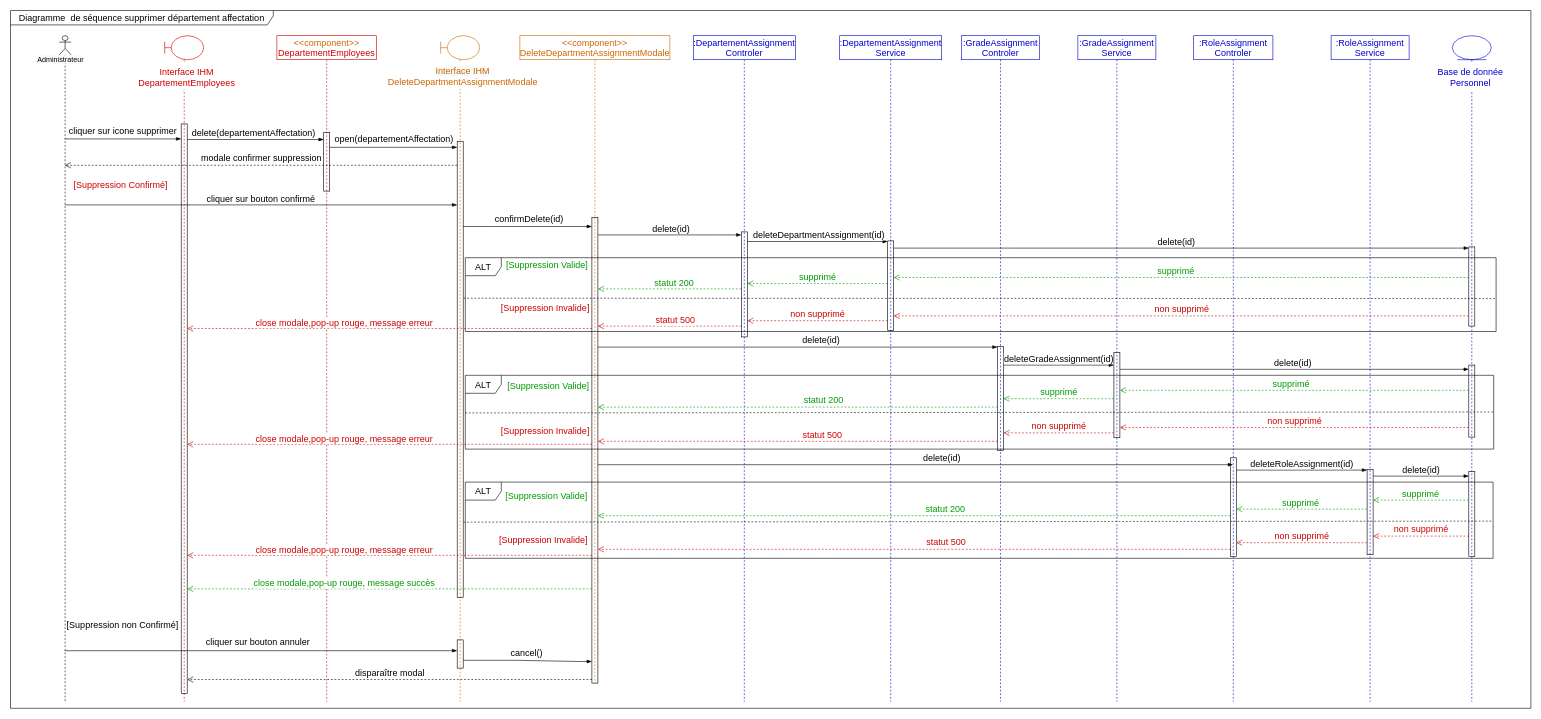
Before: Department/DeleteDepartmentResourceDiagrammeSequence.drawio in ZidiMedAmine/UML, a draw.io diagram. Source tidied: cells renumbered, new cells numbered last; positions are measured from the earlier drawing's top-left corner, leaving out a move shared by most shapes. Both pictures are drawn from the tidied source at 60%, with x=0, y=0 at pixel (10, 10).
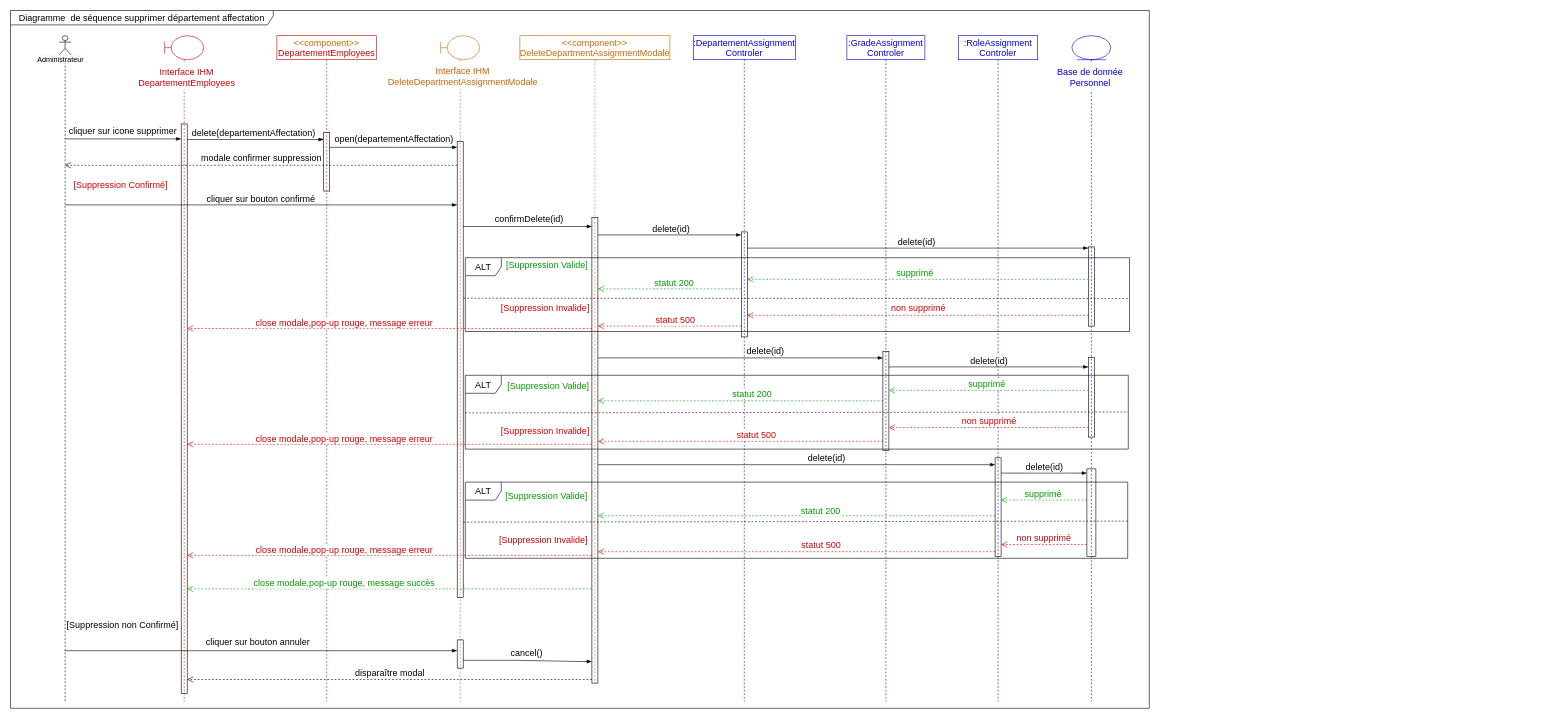
After the change.

Commit message:
Mettre à jour DeleteDepartmentResourceDiagrammeSequence.drawio

Unchanged cells that the change refers to:
```xml
<mxCell id="7" style="html=1;points=[];perimeter=orthogonalPerimeter;rounded=0;shadow=0;glass=0;sketch=0;fontSize=15;fillColor=none;" parent="6" vertex="1">
  <mxGeometry x="80" y="327" width="10" height="175" as="geometry" />
</mxCell>
<mxCell id="19" style="html=1;points=[];perimeter=orthogonalPerimeter;rounded=0;shadow=0;glass=0;sketch=0;fontSize=15;fillColor=none;" parent="17" vertex="1">
  <mxGeometry x="27.5" y="352" width="10" height="132" as="geometry" />
</mxCell>
<mxCell id="25" style="html=1;points=[];perimeter=orthogonalPerimeter;rounded=0;shadow=0;glass=0;sketch=0;fontSize=15;fillColor=none;" parent="24" vertex="1">
  <mxGeometry x="61" y="703.5" width="10" height="164.5" as="geometry" />
</mxCell>
<mxCell id="37" style="html=1;points=[];perimeter=orthogonalPerimeter;rounded=0;shadow=0;glass=0;sketch=0;fontSize=15;fillColor=none;" parent="36" vertex="1">
  <mxGeometry x="120" y="303" width="10" height="776" as="geometry" />
</mxCell>
```

Diff of the diagram source:
```diff
@@
+    <mxCell id="3" value="Diagramme&amp;nbsp; de séquence&amp;nbsp;&lt;span style=&quot;font-size: 11.5pt; line-height: 150%; font-family: Helvetica, sans-serif; background: white;&quot;&gt;supprimer département affectation&lt;/span&gt;" style="shape=umlFrame;whiteSpace=wrap;html=1;rounded=0;shadow=0;glass=0;sketch=0;fontSize=15;fillColor=none;width=438;height=24;" parent="1" vertex="1">
+      <mxGeometry width="1898" height="1163" as="geometry" />
+    </mxCell>
     <mxCell id="2" value="ALT" style="shape=umlFrame;whiteSpace=wrap;html=1;fontSize=15;fontColor=#000000;fillColor=none;" parent="1" vertex="1">
-      <mxGeometry x="758" y="786" width="1713" height="127" as="geometry" />
+      <mxGeometry x="758" y="786" width="1104" height="127" as="geometry" />
     </mxCell>
-    <mxCell id="3" value="Diagramme&amp;nbsp; de séquence&amp;nbsp;&lt;span style=&quot;font-size: 11.5pt; line-height: 150%; font-family: Helvetica, sans-serif; background: white;&quot;&gt;supprimer département affectation&lt;/span&gt;" style="shape=umlFrame;whiteSpace=wrap;html=1;rounded=0;shadow=0;glass=0;sketch=0;fontSize=15;fillColor=none;width=438;height=24;" parent="1" vertex="1">
-      <mxGeometry width="2534" height="1163" as="geometry" />
-    </mxCell>
     <mxCell id="4" value="ALT" style="shape=umlFrame;whiteSpace=wrap;html=1;fontSize=15;fontColor=#000000;fillColor=none;" parent="1" vertex="1">
-      <mxGeometry x="758" y="608" width="1714" height="123" as="geometry" />
+      <mxGeometry x="758" y="608" width="1105" height="123" as="geometry" />
     </mxCell>
     <mxCell id="5" value="ALT" style="shape=umlFrame;whiteSpace=wrap;html=1;fontSize=15;fontColor=#000000;fillColor=none;" parent="1" vertex="1">
-      <mxGeometry x="758" y="412" width="1718" height="123" as="geometry" />
+      <mxGeometry x="758" y="412" width="1107" height="123" as="geometry" />
     </mxCell>
@@
-    <mxCell id="10" value=":DepartementAssignment&lt;br&gt;Service" style="shape=umlLifeline;perimeter=lifelinePerimeter;whiteSpace=wrap;html=1;rounded=0;shadow=0;glass=0;sketch=0;fillColor=none;fontSize=15;fontColor=#0000CC;strokeColor=#0000CC;" parent="1" vertex="1">
-      <mxGeometry x="1382" y="42" width="170" height="1110" as="geometry" />
-    </mxCell>
-    <mxCell id="11" style="html=1;points=[];perimeter=orthogonalPerimeter;rounded=0;shadow=0;glass=0;sketch=0;fontSize=15;fillColor=none;" parent="10" vertex="1">
-      <mxGeometry x="80" y="342" width="10" height="149" as="geometry" />
-    </mxCell>
@@
     <mxCell id="15" value=":GradeAssignment&lt;br&gt;Controler" style="shape=umlLifeline;perimeter=lifelinePerimeter;whiteSpace=wrap;html=1;rounded=0;shadow=0;glass=0;sketch=0;fillColor=none;fontSize=15;strokeColor=#0000CC;fontColor=#0000CC;" parent="1" vertex="1">
-      <mxGeometry x="1585" y="42" width="130" height="1110" as="geometry" />
+      <mxGeometry x="1394" y="42" width="130" height="1110" as="geometry" />
     </mxCell>
     <mxCell id="16" style="html=1;points=[];perimeter=orthogonalPerimeter;rounded=0;shadow=0;glass=0;sketch=0;fontSize=15;fillColor=none;" parent="15" vertex="1">
-      <mxGeometry x="60" y="518" width="10" height="173" as="geometry" />
+      <mxGeometry x="60" y="526" width="10" height="165" as="geometry" />
     </mxCell>
     <mxCell id="17" style="shape=umlLifeline;participant=umlEntity;perimeter=lifelinePerimeter;whiteSpace=wrap;html=1;verticalAlign=top;spacingTop=36;rounded=0;shadow=0;glass=0;sketch=0;fontSize=15;fillColor=none;strokeColor=#0000CC;" parent="1" vertex="1">
-      <mxGeometry x="2403" y="42" width="65" height="1110" as="geometry" />
+      <mxGeometry x="1769" y="42" width="65" height="1110" as="geometry" />
     </mxCell>
@@
     <mxCell id="20" style="html=1;points=[];perimeter=orthogonalPerimeter;rounded=0;shadow=0;glass=0;sketch=0;fontSize=15;fillColor=none;" parent="17" vertex="1">
-      <mxGeometry x="27.5" y="549" width="10" height="120" as="geometry" />
+      <mxGeometry x="27.5" y="536" width="10" height="133" as="geometry" />
     </mxCell>
-    <mxCell id="21" value=":GradeAssignment&lt;br&gt;Service" style="shape=umlLifeline;perimeter=lifelinePerimeter;whiteSpace=wrap;html=1;rounded=0;shadow=0;glass=0;sketch=0;fillColor=none;fontSize=15;strokeColor=#0000CC;fontColor=#0000CC;" parent="1" vertex="1">
-      <mxGeometry x="1779" y="42" width="130" height="1110" as="geometry" />
-    </mxCell>
+    <mxCell id="88" style="html=1;points=[];perimeter=orthogonalPerimeter;rounded=0;shadow=0;glass=0;sketch=0;fontSize=15;fillColor=none;" parent="17" vertex="1">
+      <mxGeometry x="25" y="722" width="15" height="146" as="geometry" />
+    </mxCell>
@@
     <mxCell id="24" value=":RoleAssignment&lt;br&gt;Controler" style="shape=umlLifeline;perimeter=lifelinePerimeter;whiteSpace=wrap;html=1;outlineConnect=0;rounded=0;shadow=0;glass=0;sketch=0;fillColor=none;fontSize=15;strokeColor=#0000CC;fontColor=#0000CC;" parent="1" vertex="1">
-      <mxGeometry x="1972" y="42" width="132" height="1110" as="geometry" />
+      <mxGeometry x="1580" y="42" width="132" height="1110" as="geometry" />
     </mxCell>
@@
-    <mxCell id="26" value=":RoleAssignment&lt;br&gt;Service" style="shape=umlLifeline;perimeter=lifelinePerimeter;whiteSpace=wrap;html=1;rounded=0;shadow=0;glass=0;sketch=0;fillColor=none;fontSize=15;strokeColor=#0000CC;fontColor=#0000CC;" parent="1" vertex="1">
-      <mxGeometry x="2201" y="42" width="130" height="1110" as="geometry" />
-    </mxCell>
-    <mxCell id="27" style="html=1;points=[];perimeter=orthogonalPerimeter;rounded=0;shadow=0;glass=0;sketch=0;fontSize=15;fillColor=none;" parent="26" vertex="1">
-      <mxGeometry x="60" y="723" width="10" height="142" as="geometry" />
-    </mxCell>
@@
-    <mxCell id="48" style="edgeStyle=elbowEdgeStyle;fontSize=12;html=1;endArrow=blockThin;endFill=1;rounded=0;fontColor=#000000;" parent="1" edge="1" source="7" target="11">
-      <mxGeometry relative="1" as="geometry">
-        <Array as="points">
-          <mxPoint x="1439" y="385" />
-          <mxPoint x="1469" y="435" />
-        </Array>
-      </mxGeometry>
-    </mxCell>
-    <mxCell id="49" value="deleteDepartmentAssignment(id)" style="edgeLabel;html=1;align=center;verticalAlign=middle;fontSize=15;fontColor=#000000;" parent="48" vertex="1">
-      <mxGeometry x="-0.03" relative="1" as="geometry">
-        <mxPoint x="5" y="-12" as="offset" />
-      </mxGeometry>
-    </mxCell>
-    <mxCell id="50" style="edgeStyle=elbowEdgeStyle;fontSize=12;html=1;endArrow=blockThin;endFill=1;rounded=0;fontColor=#000000;" parent="1" edge="1" source="11" target="19">
+    <mxCell id="50" style="edgeStyle=elbowEdgeStyle;fontSize=12;html=1;endArrow=blockThin;endFill=1;rounded=0;fontColor=#000000;" parent="1" edge="1" source="7" target="19">
       <mxGeometry relative="1" as="geometry">
         <Array as="points">
           <mxPoint x="1666" y="396" />
           <mxPoint x="1697" y="453" />
         </Array>
       </mxGeometry>
     </mxCell>
@@
-    <mxCell id="52" value="&lt;font color=&quot;#009900&quot;&gt;supprimé&lt;/font&gt;" style="html=1;verticalAlign=bottom;endArrow=open;dashed=1;endSize=8;rounded=0;fontSize=15;strokeColor=#009900;" parent="1" edge="1" source="19" target="11">
+    <mxCell id="52" value="&lt;font color=&quot;#009900&quot;&gt;supprimé&lt;/font&gt;" style="html=1;verticalAlign=bottom;endArrow=open;dashed=1;endSize=8;rounded=0;fontSize=15;strokeColor=#009900;" parent="1" edge="1" source="19" target="7">
       <mxGeometry x="0.02" y="1" relative="1" as="geometry">
         <Array as="points">
-          <mxPoint x="2391" y="445" />
+          <mxPoint x="1680" y="448" />
         </Array>
       </mxGeometry>
     </mxCell>
-    <mxCell id="53" value="&lt;font color=&quot;#009900&quot;&gt;supprimé&lt;/font&gt;" style="html=1;verticalAlign=bottom;endArrow=open;dashed=1;endSize=8;rounded=0;fontSize=15;strokeColor=#009900;" parent="1" edge="1" source="11" target="7">
-      <mxGeometry relative="1" as="geometry">
-        <Array as="points">
-          <mxPoint x="1409" y="455" />
-        </Array>
-      </mxGeometry>
-    </mxCell>
@@
-    <mxCell id="59" value="&lt;font color=&quot;#cc0000&quot;&gt;non supprimé&lt;/font&gt;" style="html=1;verticalAlign=bottom;endArrow=open;dashed=1;endSize=8;rounded=0;fontSize=15;fontColor=#000000;strokeColor=#CC0000;" parent="1" edge="1" source="19" target="11">
+    <mxCell id="59" value="&lt;font color=&quot;#cc0000&quot;&gt;non supprimé&lt;/font&gt;" style="html=1;verticalAlign=bottom;endArrow=open;dashed=1;endSize=8;rounded=0;fontSize=15;fontColor=#000000;strokeColor=#CC0000;" parent="1" edge="1" source="19" target="7">
       <mxGeometry relative="1" as="geometry">
         <Array as="points">
-          <mxPoint x="2404" y="509" />
+          <mxPoint x="1522" y="508" />
         </Array>
       </mxGeometry>
     </mxCell>
-    <mxCell id="60" value="&lt;font color=&quot;#cc0000&quot;&gt;non supprimé&lt;/font&gt;" style="html=1;verticalAlign=bottom;endArrow=open;dashed=1;endSize=8;rounded=0;fontSize=15;fontColor=#000000;strokeColor=#CC0000;" parent="1" edge="1" source="11" target="7">
-      <mxGeometry relative="1" as="geometry">
-        <Array as="points">
-          <mxPoint x="1391" y="517" />
-        </Array>
-      </mxGeometry>
-    </mxCell>
@@
     <mxCell id="65" style="edgeStyle=elbowEdgeStyle;fontSize=12;html=1;endArrow=blockThin;endFill=1;rounded=0;fontColor=#000000;" parent="1" edge="1" source="37" target="16">
       <mxGeometry relative="1" as="geometry">
         <Array as="points">
-          <mxPoint x="1180" y="561" />
+          <mxPoint x="1184" y="579" />
           <mxPoint x="1203" y="616" />
         </Array>
       </mxGeometry>
     </mxCell>
@@
-    <mxCell id="67" style="edgeStyle=elbowEdgeStyle;fontSize=12;html=1;endArrow=blockThin;endFill=1;rounded=0;fontColor=#000000;" parent="1" edge="1" source="16" target="69">
-      <mxGeometry relative="1" as="geometry">
-        <Array as="points">
-          <mxPoint x="1750" y="591" />
-          <mxPoint x="1926" y="627" />
-        </Array>
-      </mxGeometry>
-    </mxCell>
-    <mxCell id="68" value="deleteGradeAssignment(id)" style="edgeLabel;html=1;align=center;verticalAlign=middle;fontSize=15;fontColor=#000000;" parent="67" vertex="1">
-      <mxGeometry x="-0.03" relative="1" as="geometry">
-        <mxPoint x="2" y="-12" as="offset" />
-      </mxGeometry>
-    </mxCell>
-    <mxCell id="69" style="html=1;points=[];perimeter=orthogonalPerimeter;rounded=0;shadow=0;glass=0;sketch=0;fontSize=15;fillColor=none;" parent="1" vertex="1">
-      <mxGeometry x="1839" y="570" width="10" height="142" as="geometry" />
-    </mxCell>
-    <mxCell id="70" style="edgeStyle=elbowEdgeStyle;fontSize=12;html=1;endArrow=blockThin;endFill=1;rounded=0;fontColor=#000000;" parent="1" edge="1" source="69" target="20">
+    <mxCell id="70" style="edgeStyle=elbowEdgeStyle;fontSize=12;html=1;endArrow=blockThin;endFill=1;rounded=0;fontColor=#000000;" parent="1" edge="1" source="16" target="20">
       <mxGeometry relative="1" as="geometry">
         <Array as="points">
-          <mxPoint x="2017" y="598" />
+          <mxPoint x="1782" y="594" />
           <mxPoint x="2041" y="647" />
         </Array>
       </mxGeometry>
     </mxCell>
@@
-    <mxCell id="73" value="&lt;font color=&quot;#009900&quot;&gt;supprimé&lt;/font&gt;" style="html=1;verticalAlign=bottom;endArrow=open;dashed=1;endSize=8;rounded=0;fontSize=15;strokeColor=#009900;" parent="1" edge="1" source="20" target="69">
+    <mxCell id="73" value="&lt;font color=&quot;#009900&quot;&gt;supprimé&lt;/font&gt;" style="html=1;verticalAlign=bottom;endArrow=open;dashed=1;endSize=8;rounded=0;fontSize=15;strokeColor=#009900;" parent="1" edge="1" source="20" target="16">
       <mxGeometry x="0.02" y="1" relative="1" as="geometry">
         <Array as="points">
-          <mxPoint x="2386" y="633" />
+          <mxPoint x="1783" y="633" />
         </Array>
       </mxGeometry>
     </mxCell>
-    <mxCell id="74" value="&lt;font color=&quot;#009900&quot;&gt;supprimé&lt;/font&gt;" style="html=1;verticalAlign=bottom;endArrow=open;dashed=1;endSize=8;rounded=0;fontSize=15;strokeColor=#009900;" parent="1" edge="1" source="69" target="16">
-      <mxGeometry relative="1" as="geometry">
-        <Array as="points">
-          <mxPoint x="1768" y="647" />
-        </Array>
-      </mxGeometry>
-    </mxCell>
     <mxCell id="75" style="html=1;verticalAlign=bottom;endArrow=open;dashed=1;endSize=8;rounded=0;fontSize=15;strokeColor=#009900;" parent="1" edge="1" source="16" target="37">
-      <mxGeometry x="-0.15" relative="1" as="geometry">
-        <Array as="points">
-          <mxPoint x="1411" y="661" />
-        </Array>
-      </mxGeometry>
+      <mxGeometry x="-0.15" relative="1" as="geometry" />
     </mxCell>
@@
-    <mxCell id="77" value="&lt;font color=&quot;#cc0000&quot;&gt;non supprimé&lt;/font&gt;" style="html=1;verticalAlign=bottom;endArrow=open;dashed=1;endSize=8;rounded=0;fontSize=15;fontColor=#000000;strokeColor=#CC0000;" parent="1" edge="1" source="20" target="69">
+    <mxCell id="77" value="&lt;font color=&quot;#cc0000&quot;&gt;non supprimé&lt;/font&gt;" style="html=1;verticalAlign=bottom;endArrow=open;dashed=1;endSize=8;rounded=0;fontSize=15;fontColor=#000000;strokeColor=#CC0000;" parent="1" edge="1" source="20" target="16">
       <mxGeometry relative="1" as="geometry">
         <Array as="points">
-          <mxPoint x="2404" y="695" />
+          <mxPoint x="1740" y="695" />
         </Array>
       </mxGeometry>
     </mxCell>
-    <mxCell id="78" value="&lt;font color=&quot;#cc0000&quot;&gt;non supprimé&lt;/font&gt;" style="html=1;verticalAlign=bottom;endArrow=open;dashed=1;endSize=8;rounded=0;fontSize=15;fontColor=#000000;strokeColor=#CC0000;" parent="1" edge="1" source="69" target="16">
-      <mxGeometry relative="1" as="geometry">
-        <Array as="points">
-          <mxPoint x="1747" y="704" />
-        </Array>
-      </mxGeometry>
-    </mxCell>
     <mxCell id="79" style="html=1;verticalAlign=bottom;endArrow=open;dashed=1;endSize=8;rounded=0;fontSize=15;fontColor=#000000;strokeColor=#CC0000;" parent="1" edge="1" source="16" target="37">
       <mxGeometry x="-0.11" y="-5" relative="1" as="geometry">
         <Array as="points">
-          <mxPoint x="1550" y="718" />
+          <mxPoint x="1431" y="718" />
         </Array>
       </mxGeometry>
     </mxCell>
@@
-    <mxCell id="84" style="edgeStyle=elbowEdgeStyle;fontSize=12;html=1;endArrow=blockThin;endFill=1;rounded=0;fontColor=#000000;" parent="1" edge="1" source="37" target="24">
+    <mxCell id="84" style="edgeStyle=elbowEdgeStyle;fontSize=12;html=1;endArrow=blockThin;endFill=1;rounded=0;fontColor=#000000;" parent="1" edge="1" source="37" target="25">
       <mxGeometry relative="1" as="geometry">
         <Array as="points">
           <mxPoint x="1215" y="757" />
         </Array>
       </mxGeometry>
     </mxCell>
@@
-    <mxCell id="86" style="edgeStyle=elbowEdgeStyle;fontSize=12;html=1;endArrow=blockThin;endFill=1;rounded=0;fontColor=#000000;" parent="1" edge="1" source="25" target="27">
-      <mxGeometry relative="1" as="geometry">
-        <Array as="points">
-          <mxPoint x="2183" y="766" />
-          <mxPoint x="2364" y="806" />
-        </Array>
-      </mxGeometry>
-    </mxCell>
-    <mxCell id="87" value="deleteRoleAssignment(id)" style="edgeLabel;html=1;align=center;verticalAlign=middle;fontSize=15;fontColor=#000000;" parent="86" vertex="1">
-      <mxGeometry x="-0.03" relative="1" as="geometry">
-        <mxPoint x="2" y="-12" as="offset" />
-      </mxGeometry>
-    </mxCell>
-    <mxCell id="88" style="html=1;points=[];perimeter=orthogonalPerimeter;rounded=0;shadow=0;glass=0;sketch=0;fontSize=15;fillColor=none;" parent="1" vertex="1">
-      <mxGeometry x="2430.5" y="768" width="10" height="142" as="geometry" />
-    </mxCell>
-    <mxCell id="89" style="edgeStyle=elbowEdgeStyle;fontSize=12;html=1;endArrow=blockThin;endFill=1;rounded=0;fontColor=#000000;" parent="1" edge="1" source="27" target="88">
+    <mxCell id="89" style="edgeStyle=elbowEdgeStyle;fontSize=12;html=1;endArrow=blockThin;endFill=1;rounded=0;fontColor=#000000;" parent="1" edge="1" source="25" target="88">
       <mxGeometry relative="1" as="geometry">
         <Array as="points">
-          <mxPoint x="2354" y="776" />
+          <mxPoint x="1760" y="771" />
           <mxPoint x="2462" y="782" />
           <mxPoint x="2643" y="822" />
         </Array>
       </mxGeometry>
     </mxCell>
@@
-    <mxCell id="91" value="&lt;font color=&quot;#009900&quot;&gt;supprimé&lt;/font&gt;" style="html=1;verticalAlign=bottom;endArrow=open;dashed=1;endSize=8;rounded=0;fontSize=15;strokeColor=#009900;" parent="1" edge="1" source="88" target="27">
+    <mxCell id="91" value="&lt;font color=&quot;#009900&quot;&gt;supprimé&lt;/font&gt;" style="html=1;verticalAlign=bottom;endArrow=open;dashed=1;endSize=8;rounded=0;fontSize=15;strokeColor=#009900;" parent="1" edge="1" source="88" target="25">
       <mxGeometry x="0.02" y="1" relative="1" as="geometry">
         <Array as="points">
-          <mxPoint x="2382" y="816" />
+          <mxPoint x="1718" y="816" />
         </Array>
       </mxGeometry>
     </mxCell>
-    <mxCell id="92" value="&lt;font color=&quot;#009900&quot;&gt;supprimé&lt;/font&gt;" style="html=1;verticalAlign=bottom;endArrow=open;dashed=1;endSize=8;rounded=0;fontSize=15;strokeColor=#009900;" parent="1" edge="1" source="27" target="25">
-      <mxGeometry x="0.02" y="1" relative="1" as="geometry">
-        <Array as="points">
-          <mxPoint x="2237" y="831" />
-        </Array>
-      </mxGeometry>
-    </mxCell>
     <mxCell id="93" style="html=1;verticalAlign=bottom;endArrow=open;dashed=1;endSize=8;rounded=0;fontSize=15;strokeColor=#009900;" parent="1" edge="1" source="25" target="37">
       <mxGeometry x="0.02" y="1" relative="1" as="geometry">
         <Array as="points">
-          <mxPoint x="1901" y="842" />
+          <mxPoint x="1624" y="842" />
         </Array>
       </mxGeometry>
     </mxCell>
     <mxCell id="94" value="&lt;span style=&quot;color: rgb(0, 153, 0); font-size: 15px;&quot;&gt;statut 200&lt;/span&gt;" style="edgeLabel;html=1;align=center;verticalAlign=middle;fontColor=none;" parent="93" vertex="1">
       <mxGeometry x="-0.01" y="-1" relative="1" as="geometry">
-        <mxPoint x="46" y="-12" as="offset" />
+        <mxPoint x="36" y="-9" as="offset" />
       </mxGeometry>
     </mxCell>
-    <mxCell id="95" value="&lt;font color=&quot;#cc0000&quot;&gt;non supprimé&lt;/font&gt;" style="html=1;verticalAlign=bottom;endArrow=open;dashed=1;endSize=8;rounded=0;fontSize=15;fontColor=#000000;strokeColor=#CC0000;" parent="1" edge="1" source="88" target="27">
+    <mxCell id="95" value="&lt;font color=&quot;#cc0000&quot;&gt;non supprimé&lt;/font&gt;" style="html=1;verticalAlign=bottom;endArrow=open;dashed=1;endSize=8;rounded=0;fontSize=15;fontColor=#000000;strokeColor=#CC0000;" parent="1" edge="1" source="88" target="25">
       <mxGeometry relative="1" as="geometry">
         <Array as="points">
-          <mxPoint x="2407" y="876" />
+          <mxPoint x="1728" y="890" />
         </Array>
       </mxGeometry>
     </mxCell>
-    <mxCell id="96" value="&lt;font color=&quot;#cc0000&quot;&gt;non supprimé&lt;/font&gt;" style="html=1;verticalAlign=bottom;endArrow=open;dashed=1;endSize=8;rounded=0;fontSize=15;fontColor=#000000;strokeColor=#CC0000;" parent="1" edge="1" source="27" target="25">
-      <mxGeometry relative="1" as="geometry">
-        <Array as="points">
-          <mxPoint x="2223" y="887" />
-        </Array>
-      </mxGeometry>
-    </mxCell>
     <mxCell id="97" style="html=1;verticalAlign=bottom;endArrow=open;dashed=1;endSize=8;rounded=0;fontSize=15;fontColor=#000000;strokeColor=#CC0000;" parent="1" edge="1" source="25" target="37">
       <mxGeometry relative="1" as="geometry">
         <Array as="points">
-          <mxPoint x="1925" y="898" />
+          <mxPoint x="1610" y="902" />
         </Array>
       </mxGeometry>
     </mxCell>
```
